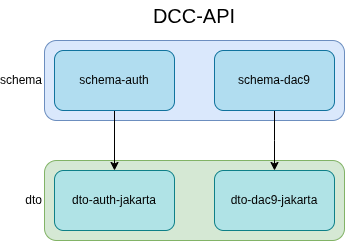
This is docs/images/DCC-API-architecture.drawio.png from nav-gov-hu/DCC-API, a draw.io export, as it was before one commit. Source tidied: cells renumbered, new cells last; positions are measured from the earlier drawing's top-left corner, leaving out a move shared by most shapes.
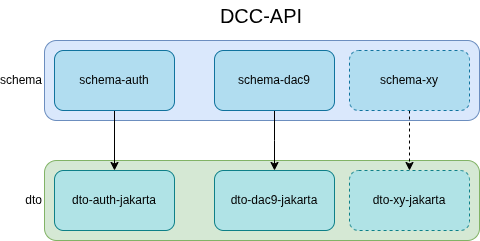
Above is the later version.

Diff of the diagram source:
```diff
@@ -3,10 +3,10 @@
     <mxCell id="0" />
     <mxCell id="1" parent="0" />
     <mxCell id="2" value="schema" style="rounded=1;whiteSpace=wrap;html=1;labelPosition=left;verticalLabelPosition=middle;align=right;verticalAlign=middle;fillColor=#dae8fc;strokeColor=#6c8ebf;" parent="1" vertex="1">
-      <mxGeometry y="40" width="300" height="80" as="geometry" />
+      <mxGeometry y="40" width="435" height="80" as="geometry" />
     </mxCell>
     <mxCell id="3" value="dto" style="rounded=1;whiteSpace=wrap;html=1;labelPosition=left;verticalLabelPosition=middle;align=right;verticalAlign=middle;fillColor=#d5e8d4;strokeColor=#82b366;" parent="1" vertex="1">
-      <mxGeometry y="160" width="300" height="80" as="geometry" />
+      <mxGeometry y="160" width="435" height="80" as="geometry" />
     </mxCell>
     <mxCell id="4" style="edgeStyle=orthogonalEdgeStyle;rounded=0;jettySize=auto;html=1;entryX=0.5;entryY=0;entryDx=0;entryDy=0;exitX=0.5;exitY=1;exitDx=0;exitDy=0;" parent="1" edge="1" source="5" target="8">
       <mxGeometry relative="1" as="geometry">
@@ -32,7 +32,16 @@
       <mxGeometry x="10" y="170" width="120" height="60" as="geometry" />
     </mxCell>
     <mxCell id="10" value="DCC-API" style="text;html=1;whiteSpace=wrap;strokeColor=none;fillColor=none;align=center;verticalAlign=middle;rounded=0;fontSize=20;" parent="1" vertex="1">
-      <mxGeometry x="100" width="100" height="30" as="geometry" />
+      <mxGeometry x="167" width="100" height="30" as="geometry" />
     </mxCell>
+    <mxCell id="11" style="edgeStyle=orthogonalEdgeStyle;rounded=0;jettySize=auto;html=1;entryX=0.5;entryY=0;entryDx=0;entryDy=0;dashed=1;" parent="1" edge="1" source="12" target="13">
+      <mxGeometry relative="1" as="geometry" />
+    </mxCell>
+    <mxCell id="12" value="schema-xy" style="rounded=1;whiteSpace=wrap;html=1;fillColor=#b1ddf0;strokeColor=#10739e;dashed=1;" parent="1" vertex="1">
+      <mxGeometry x="305" y="50" width="120" height="60" as="geometry" />
+    </mxCell>
+    <mxCell id="13" value="dto-xy-jakarta" style="rounded=1;whiteSpace=wrap;html=1;fillColor=#b0e3e6;strokeColor=#0e8088;dashed=1;" parent="1" vertex="1">
+      <mxGeometry x="305" y="170" width="120" height="60" as="geometry" />
+    </mxCell>
   </root>
 </mxGraphModel>
```
